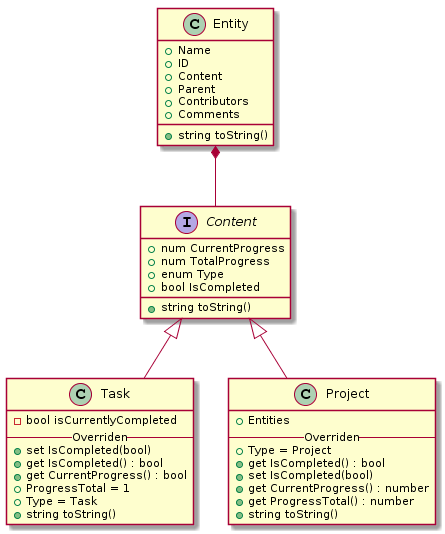
This is docs/models/diagram.png from navx2810/tasket, a PlantUML export, as it was before one commit. Its diagram source:
```plantuml
@startuml
class Entity {
    + Name
    + ID
    + Content
    + Parent
    + Contributors
    + Comments

    + string toString()
}

interface Content {
    + num CurrentProgress
    + num TotalProgress
    + enum Type
    + bool IsCompleted
    + string toString()
}

class Task extends Content {
    - bool isCurrentlyCompleted

    -- Overriden --
    + set IsCompleted(bool)
    + get IsCompleted() : bool
    + get CurrentProgress() : bool
    + ProgressTotal = 1
    + Type = Task
    + string toString()
}

class Project extends Content {
    + Entities

    -- Overriden --
    + Type = Project
    + get IsCompleted() : bool
    + set IsCompleted(bool)
    + get CurrentProgress() : number
    + get ProgressTotal() : number
    + string toString()
}

Entity *-- Content
@enduml
```
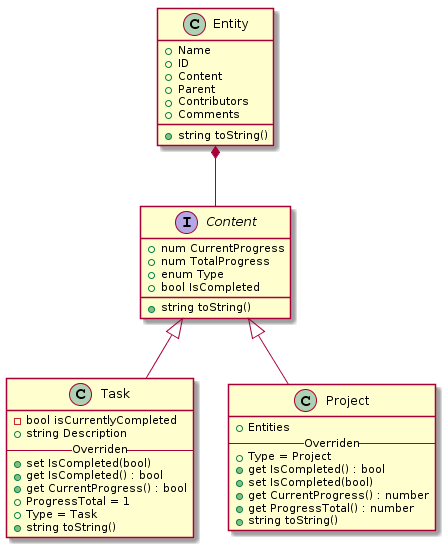
Later version of the same file.

Commit message:
added changes to uml to add Description as a property of task

What changed in the source:
```diff
@@ -20,6 +20,7 @@
 
 class Task extends Content {
     - bool isCurrentlyCompleted
+    + string Description
 
     -- Overriden --
     + set IsCompleted(bool)
```
